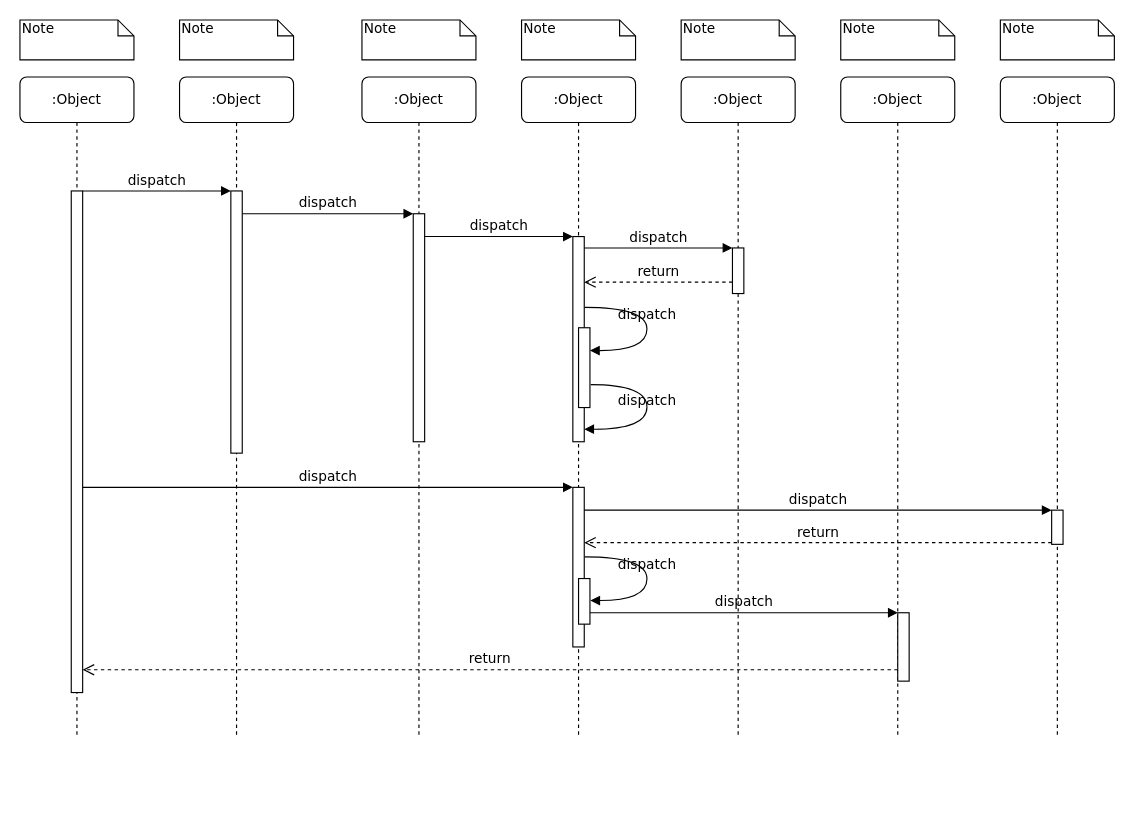
Earlier version of the draw.io diagram Untitled Diagram.drawio (linxinqiang90/drawio). Source tidied: cells renumbered, new cells numbered last; positions are measured from the earlier drawing's top-left corner, leaving out a move shared by most shapes. Both pictures are drawn from the tidied source at 114%, with x=0, y=0 at pixel (19, 19).
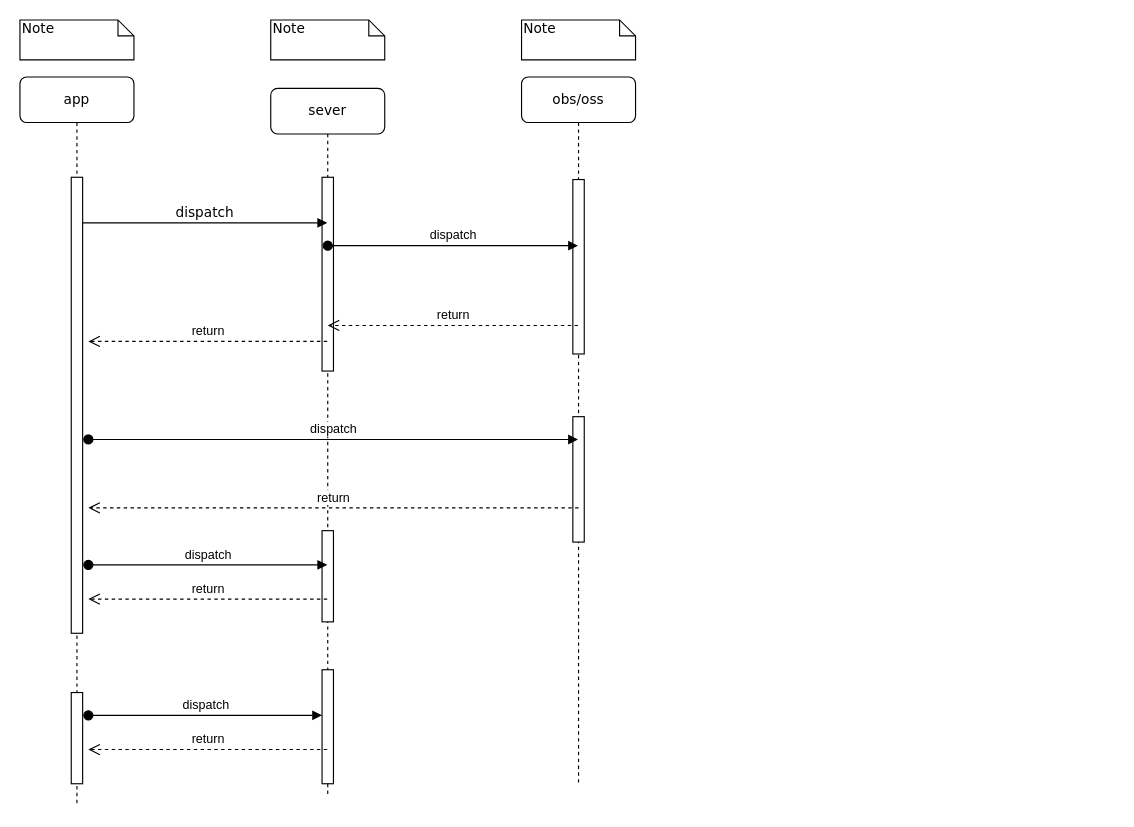
Above is the later version.

Change to the diagram source:
```diff
@@
-    <mxCell id="2" value=":Object" style="shape=umlLifeline;perimeter=lifelinePerimeter;whiteSpace=wrap;html=1;outlineConnect=0;rounded=1;shadow=0;comic=0;labelBackgroundColor=none;strokeWidth=1;fontFamily=Verdana;fontSize=12;align=center;" parent="1" vertex="1">
-      <mxGeometry x="140" y="50" width="100" height="580" as="geometry" />
+    <mxCell id="2" value="sever&lt;br&gt;" style="shape=umlLifeline;perimeter=lifelinePerimeter;whiteSpace=wrap;html=1;outlineConnect=0;rounded=1;shadow=0;comic=0;labelBackgroundColor=none;strokeWidth=1;fontFamily=Verdana;fontSize=12;align=center;" parent="1" vertex="1">
+      <mxGeometry x="220" y="60" width="100" height="620" as="geometry" />
     </mxCell>
-    <mxCell id="3" style="html=1;points=[];perimeter=orthogonalPerimeter;rounded=0;shadow=0;comic=0;labelBackgroundColor=none;strokeWidth=1;fontFamily=Verdana;fontSize=12;align=center;" parent="2" vertex="1">
-      <mxGeometry x="45" y="100" width="10" height="230" as="geometry" />
-    </mxCell>
-    <mxCell id="4" value=":Object" style="shape=umlLifeline;perimeter=lifelinePerimeter;whiteSpace=wrap;html=1;rounded=1;shadow=0;comic=0;labelBackgroundColor=none;strokeWidth=1;fontFamily=Verdana;fontSize=12;align=center;" parent="1" vertex="1">
-      <mxGeometry x="300" y="50" width="100" height="580" as="geometry" />
-    </mxCell>
-    <mxCell id="5" style="html=1;points=[];perimeter=orthogonalPerimeter;rounded=0;shadow=0;comic=0;labelBackgroundColor=none;strokeWidth=1;fontFamily=Verdana;fontSize=12;align=center;" parent="4" vertex="1">
-      <mxGeometry x="45" y="120" width="10" height="200" as="geometry" />
-    </mxCell>
+    <mxCell id="39" style="html=1;perimeter=orthogonalPerimeter;" parent="2" vertex="1">
+      <mxGeometry x="45" y="78" width="10" height="170" as="geometry" />
+    </mxCell>
+    <mxCell id="40" style="html=1;perimeter=orthogonalPerimeter;" parent="2" vertex="1">
+      <mxGeometry x="45" y="388" width="10" height="80" as="geometry" />
+    </mxCell>
+    <mxCell id="41" style="html=1;points=[];perimeter=orthogonalPerimeter;" parent="2" vertex="1">
+      <mxGeometry x="45" y="510" width="10" height="100" as="geometry" />
+    </mxCell>
-    <mxCell id="6" value=":Object" style="shape=umlLifeline;perimeter=lifelinePerimeter;whiteSpace=wrap;html=1;rounded=1;shadow=0;comic=0;labelBackgroundColor=none;strokeWidth=1;fontFamily=Verdana;fontSize=12;align=center;" parent="1" vertex="1">
-      <mxGeometry x="440" y="50" width="100" height="580" as="geometry" />
+    <mxCell id="6" value="obs/oss&lt;br&gt;" style="shape=umlLifeline;perimeter=lifelinePerimeter;whiteSpace=wrap;html=1;rounded=1;shadow=0;comic=0;labelBackgroundColor=none;strokeWidth=1;fontFamily=Verdana;fontSize=12;align=center;" parent="1" vertex="1">
+      <mxGeometry x="440" y="50" width="100" height="620" as="geometry" />
     </mxCell>
-    <mxCell id="7" value=":Object" style="shape=umlLifeline;perimeter=lifelinePerimeter;whiteSpace=wrap;html=1;rounded=1;shadow=0;comic=0;labelBackgroundColor=none;strokeWidth=1;fontFamily=Verdana;fontSize=12;align=center;" parent="1" vertex="1">
-      <mxGeometry x="580" y="50" width="100" height="580" as="geometry" />
-    </mxCell>
-    <mxCell id="8" value=":Object" style="shape=umlLifeline;perimeter=lifelinePerimeter;whiteSpace=wrap;html=1;rounded=1;shadow=0;comic=0;labelBackgroundColor=none;strokeWidth=1;fontFamily=Verdana;fontSize=12;align=center;" parent="1" vertex="1">
-      <mxGeometry x="720" y="50" width="100" height="580" as="geometry" />
-    </mxCell>
-    <mxCell id="9" value=":Object" style="shape=umlLifeline;perimeter=lifelinePerimeter;whiteSpace=wrap;html=1;rounded=1;shadow=0;comic=0;labelBackgroundColor=none;strokeWidth=1;fontFamily=Verdana;fontSize=12;align=center;" parent="1" vertex="1">
-      <mxGeometry x="860" y="50" width="100" height="580" as="geometry" />
-    </mxCell>
+    <mxCell id="17" style="html=1;points=[];perimeter=orthogonalPerimeter;rounded=0;shadow=0;comic=0;labelBackgroundColor=none;strokeWidth=1;fontFamily=Verdana;fontSize=12;align=center;" parent="6" vertex="1">
+      <mxGeometry x="45" y="90" width="10" height="153" as="geometry" />
+    </mxCell>
+    <mxCell id="42" style="html=1;perimeter=orthogonalPerimeter;" parent="6" vertex="1">
+      <mxGeometry x="45" y="298" width="10" height="110" as="geometry" />
+    </mxCell>
-    <mxCell id="10" value=":Object" style="shape=umlLifeline;perimeter=lifelinePerimeter;whiteSpace=wrap;html=1;rounded=1;shadow=0;comic=0;labelBackgroundColor=none;strokeWidth=1;fontFamily=Verdana;fontSize=12;align=center;" parent="1" vertex="1">
-      <mxGeometry y="50" width="100" height="580" as="geometry" />
+    <mxCell id="10" value="app" style="shape=umlLifeline;perimeter=lifelinePerimeter;whiteSpace=wrap;html=1;rounded=1;shadow=0;comic=0;labelBackgroundColor=none;strokeWidth=1;fontFamily=Verdana;fontSize=12;align=center;" parent="1" vertex="1">
+      <mxGeometry y="50" width="100" height="640" as="geometry" />
     </mxCell>
     <mxCell id="11" style="html=1;points=[];perimeter=orthogonalPerimeter;rounded=0;shadow=0;comic=0;labelBackgroundColor=none;strokeWidth=1;fontFamily=Verdana;fontSize=12;align=center;" parent="10" vertex="1">
-      <mxGeometry x="45" y="100" width="10" height="440" as="geometry" />
+      <mxGeometry x="45" y="88" width="10" height="400" as="geometry" />
     </mxCell>
-    <mxCell id="12" style="html=1;points=[];perimeter=orthogonalPerimeter;rounded=0;shadow=0;comic=0;labelBackgroundColor=none;strokeWidth=1;fontFamily=Verdana;fontSize=12;align=center;" parent="1" vertex="1">
-      <mxGeometry x="485" y="190" width="10" height="180" as="geometry" />
-    </mxCell>
-    <mxCell id="13" value="dispatch" style="html=1;verticalAlign=bottom;endArrow=block;labelBackgroundColor=none;fontFamily=Verdana;fontSize=12;edgeStyle=elbowEdgeStyle;elbow=vertical;" parent="1" edge="1" source="5" target="12">
-      <mxGeometry relative="1" as="geometry">
-        <Array as="points">
-          <mxPoint x="360" y="190" />
-        </Array>
-      </mxGeometry>
-    </mxCell>
-    <mxCell id="14" style="html=1;points=[];perimeter=orthogonalPerimeter;rounded=0;shadow=0;comic=0;labelBackgroundColor=none;strokeWidth=1;fontFamily=Verdana;fontSize=12;align=center;" parent="1" vertex="1">
-      <mxGeometry x="625" y="200" width="10" height="40" as="geometry" />
-    </mxCell>
-    <mxCell id="15" value="dispatch" style="html=1;verticalAlign=bottom;endArrow=block;entryX=0;entryY=0;labelBackgroundColor=none;fontFamily=Verdana;fontSize=12;edgeStyle=elbowEdgeStyle;elbow=vertical;" parent="1" edge="1" source="12" target="14">
-      <mxGeometry relative="1" as="geometry" />
-    </mxCell>
-    <mxCell id="16" value="return" style="html=1;verticalAlign=bottom;endArrow=open;dashed=1;endSize=8;labelBackgroundColor=none;fontFamily=Verdana;fontSize=12;edgeStyle=elbowEdgeStyle;elbow=vertical;" parent="1" edge="1" source="14" target="12">
-      <mxGeometry relative="1" as="geometry">
-        <Array as="points">
-          <mxPoint x="570" y="230" />
-          <mxPoint x="600" y="230" />
-        </Array>
-      </mxGeometry>
-    </mxCell>
-    <mxCell id="17" style="html=1;points=[];perimeter=orthogonalPerimeter;rounded=0;shadow=0;comic=0;labelBackgroundColor=none;strokeWidth=1;fontFamily=Verdana;fontSize=12;align=center;" parent="1" vertex="1">
-      <mxGeometry x="485" y="410" width="10" height="140" as="geometry" />
-    </mxCell>
+    <mxCell id="43" style="html=1;perimeter=orthogonalPerimeter;" parent="10" vertex="1">
+      <mxGeometry x="45" y="540" width="10" height="80" as="geometry" />
+    </mxCell>
-    <mxCell id="18" value="dispatch" style="html=1;verticalAlign=bottom;endArrow=block;entryX=0;entryY=0;labelBackgroundColor=none;fontFamily=Verdana;fontSize=12;" parent="1" edge="1" source="11" target="17">
-      <mxGeometry relative="1" as="geometry" />
+    <mxCell id="18" value="dispatch" style="html=1;verticalAlign=bottom;endArrow=block;labelBackgroundColor=none;fontFamily=Verdana;fontSize=12;" parent="1" edge="1" source="11">
+      <mxGeometry relative="1" as="geometry">
+        <mxPoint x="269.5" y="178" as="targetPoint" />
+        <Array as="points">
+          <mxPoint x="180" y="178" />
+        </Array>
+      </mxGeometry>
     </mxCell>
-    <mxCell id="19" style="html=1;points=[];perimeter=orthogonalPerimeter;rounded=0;shadow=0;comic=0;labelBackgroundColor=none;strokeColor=#000000;strokeWidth=1;fillColor=#FFFFFF;fontFamily=Verdana;fontSize=12;fontColor=#000000;align=center;" parent="1" vertex="1">
-      <mxGeometry x="905" y="430" width="10" height="30" as="geometry" />
-    </mxCell>
-    <mxCell id="20" value="dispatch" style="html=1;verticalAlign=bottom;endArrow=block;entryX=0;entryY=0;labelBackgroundColor=none;fontFamily=Verdana;fontSize=12;" parent="1" edge="1" source="17" target="19">
-      <mxGeometry relative="1" as="geometry" />
-    </mxCell>
-    <mxCell id="21" value="return" style="html=1;verticalAlign=bottom;endArrow=open;dashed=1;endSize=8;exitX=0;exitY=0.95;labelBackgroundColor=none;fontFamily=Verdana;fontSize=12;" parent="1" edge="1" source="19" target="17">
-      <mxGeometry relative="1" as="geometry" />
-    </mxCell>
-    <mxCell id="22" style="html=1;points=[];perimeter=orthogonalPerimeter;rounded=0;shadow=0;comic=0;labelBackgroundColor=none;strokeWidth=1;fontFamily=Verdana;fontSize=12;align=center;" parent="1" vertex="1">
-      <mxGeometry x="770" y="520" width="10" height="60" as="geometry" />
-    </mxCell>
-    <mxCell id="23" value="dispatch" style="html=1;verticalAlign=bottom;endArrow=block;entryX=0;entryY=0;labelBackgroundColor=none;fontFamily=Verdana;fontSize=12;edgeStyle=elbowEdgeStyle;elbow=vertical;" parent="1" edge="1" source="30" target="22">
-      <mxGeometry relative="1" as="geometry" />
-    </mxCell>
-    <mxCell id="24" value="return" style="html=1;verticalAlign=bottom;endArrow=open;dashed=1;endSize=8;labelBackgroundColor=none;fontFamily=Verdana;fontSize=12;edgeStyle=elbowEdgeStyle;elbow=vertical;" parent="1" edge="1" source="22" target="11">
-      <mxGeometry relative="1" as="geometry">
-        <Array as="points">
-          <mxPoint x="470" y="570" />
-        </Array>
-      </mxGeometry>
-    </mxCell>
-    <mxCell id="25" value="dispatch" style="html=1;verticalAlign=bottom;endArrow=block;entryX=0;entryY=0;labelBackgroundColor=none;fontFamily=Verdana;fontSize=12;edgeStyle=elbowEdgeStyle;elbow=vertical;" parent="1" edge="1" source="11" target="3">
-      <mxGeometry relative="1" as="geometry" />
-    </mxCell>
-    <mxCell id="26" value="dispatch" style="html=1;verticalAlign=bottom;endArrow=block;entryX=0;entryY=0;labelBackgroundColor=none;fontFamily=Verdana;fontSize=12;edgeStyle=elbowEdgeStyle;elbow=vertical;" parent="1" edge="1" source="3" target="5">
-      <mxGeometry relative="1" as="geometry" />
-    </mxCell>
-    <mxCell id="27" style="html=1;points=[];perimeter=orthogonalPerimeter;rounded=0;shadow=0;comic=0;labelBackgroundColor=none;strokeWidth=1;fontFamily=Verdana;fontSize=12;align=center;" parent="1" vertex="1">
-      <mxGeometry x="490" y="270" width="10" height="70" as="geometry" />
-    </mxCell>
-    <mxCell id="28" value="dispatch" style="html=1;verticalAlign=bottom;endArrow=block;labelBackgroundColor=none;fontFamily=Verdana;fontSize=12;elbow=vertical;edgeStyle=orthogonalEdgeStyle;curved=1;entryX=1;entryY=0.286;entryPerimeter=0;exitX=1.038;exitY=0.345;exitPerimeter=0;" parent="1" edge="1" source="12" target="27">
-      <mxGeometry relative="1" as="geometry">
-        <Array as="points">
-          <mxPoint x="550" y="252" />
-          <mxPoint x="550" y="290" />
-        </Array>
-      </mxGeometry>
-    </mxCell>
-    <mxCell id="29" value="dispatch" style="html=1;verticalAlign=bottom;endArrow=block;labelBackgroundColor=none;fontFamily=Verdana;fontSize=12;elbow=vertical;edgeStyle=orthogonalEdgeStyle;curved=1;exitX=1.066;exitY=0.713;exitPerimeter=0;" parent="1" edge="1" source="27">
-      <mxGeometry relative="1" as="geometry">
-        <mxPoint x="495" y="359" as="targetPoint" />
-        <Array as="points">
-          <mxPoint x="550" y="320" />
-          <mxPoint x="550" y="359" />
-        </Array>
-      </mxGeometry>
-    </mxCell>
-    <mxCell id="30" style="html=1;points=[];perimeter=orthogonalPerimeter;rounded=0;shadow=0;comic=0;labelBackgroundColor=none;strokeWidth=1;fontFamily=Verdana;fontSize=12;align=center;" parent="1" vertex="1">
-      <mxGeometry x="490" y="490" width="10" height="40" as="geometry" />
-    </mxCell>
-    <mxCell id="31" value="dispatch" style="html=1;verticalAlign=bottom;endArrow=block;labelBackgroundColor=none;fontFamily=Verdana;fontSize=12;elbow=vertical;edgeStyle=orthogonalEdgeStyle;curved=1;entryX=1;entryY=0.286;entryPerimeter=0;exitX=1.038;exitY=0.345;exitPerimeter=0;" parent="1" edge="1">
-      <mxGeometry relative="1" as="geometry">
-        <mxPoint x="495.3" y="471" as="sourcePoint" />
-        <mxPoint x="500.3" y="509.3" as="targetPoint" />
-        <Array as="points">
-          <mxPoint x="550" y="471" />
-          <mxPoint x="550" y="509" />
-        </Array>
-      </mxGeometry>
-    </mxCell>
@@
     <mxCell id="33" value="Note" style="shape=note;whiteSpace=wrap;html=1;size=14;verticalAlign=top;align=left;spacingTop=-6;rounded=0;shadow=0;comic=0;labelBackgroundColor=none;strokeWidth=1;fontFamily=Verdana;fontSize=12;" parent="1" vertex="1">
-      <mxGeometry x="140" width="100" height="35" as="geometry" />
+      <mxGeometry x="220" width="100" height="35" as="geometry" />
     </mxCell>
-    <mxCell id="34" value="Note" style="shape=note;whiteSpace=wrap;html=1;size=14;verticalAlign=top;align=left;spacingTop=-6;rounded=0;shadow=0;comic=0;labelBackgroundColor=none;strokeWidth=1;fontFamily=Verdana;fontSize=12;" parent="1" vertex="1">
-      <mxGeometry x="300" width="100" height="35" as="geometry" />
-    </mxCell>
@@
-    <mxCell id="36" value="Note" style="shape=note;whiteSpace=wrap;html=1;size=14;verticalAlign=top;align=left;spacingTop=-6;rounded=0;shadow=0;comic=0;labelBackgroundColor=none;strokeWidth=1;fontFamily=Verdana;fontSize=12;" parent="1" vertex="1">
-      <mxGeometry x="580" width="100" height="35" as="geometry" />
-    </mxCell>
-    <mxCell id="37" value="Note" style="shape=note;whiteSpace=wrap;html=1;size=14;verticalAlign=top;align=left;spacingTop=-6;rounded=0;shadow=0;comic=0;labelBackgroundColor=none;strokeWidth=1;fontFamily=Verdana;fontSize=12;" parent="1" vertex="1">
-      <mxGeometry x="720" width="100" height="35" as="geometry" />
-    </mxCell>
-    <mxCell id="38" value="Note" style="shape=note;whiteSpace=wrap;html=1;size=14;verticalAlign=top;align=left;spacingTop=-6;rounded=0;shadow=0;comic=0;labelBackgroundColor=none;strokeWidth=1;fontFamily=Verdana;fontSize=12;" parent="1" vertex="1">
-      <mxGeometry x="860" width="100" height="35" as="geometry" />
-    </mxCell>
+    <mxCell id="44" value="dispatch" style="html=1;verticalAlign=bottom;startArrow=oval;startFill=1;endArrow=block;startSize=8;" parent="1" edge="1">
+      <mxGeometry relative="1" as="geometry">
+        <mxPoint x="270" y="198" as="sourcePoint" />
+        <mxPoint x="489.5" y="198" as="targetPoint" />
+      </mxGeometry>
+    </mxCell>
+    <mxCell id="45" value="return" style="html=1;verticalAlign=bottom;endArrow=open;dashed=1;endSize=8;" parent="1" edge="1">
+      <mxGeometry relative="1" as="geometry">
+        <mxPoint x="489.5" y="268" as="sourcePoint" />
+        <mxPoint x="270" y="268" as="targetPoint" />
+      </mxGeometry>
+    </mxCell>
+    <mxCell id="46" value="return" style="html=1;verticalAlign=bottom;endArrow=open;dashed=1;endSize=8;" parent="1" edge="1">
+      <mxGeometry relative="1" as="geometry">
+        <mxPoint x="269.5" y="282" as="sourcePoint" />
+        <mxPoint x="60" y="282" as="targetPoint" />
+      </mxGeometry>
+    </mxCell>
+    <mxCell id="47" value="dispatch" style="html=1;verticalAlign=bottom;startArrow=oval;startFill=1;endArrow=block;startSize=8;" parent="1" edge="1">
+      <mxGeometry relative="1" as="geometry">
+        <mxPoint x="60" y="368" as="sourcePoint" />
+        <mxPoint x="489.5" y="368" as="targetPoint" />
+      </mxGeometry>
+    </mxCell>
+    <mxCell id="48" value="return" style="html=1;verticalAlign=bottom;endArrow=open;dashed=1;endSize=8;" parent="1" edge="1">
+      <mxGeometry relative="1" as="geometry">
+        <mxPoint x="490" y="428" as="sourcePoint" />
+        <mxPoint x="60" y="428" as="targetPoint" />
+        <Array as="points">
+          <mxPoint x="440" y="428" />
+        </Array>
+      </mxGeometry>
+    </mxCell>
+    <mxCell id="49" value="dispatch" style="html=1;verticalAlign=bottom;startArrow=oval;startFill=1;endArrow=block;startSize=8;" parent="1" edge="1">
+      <mxGeometry relative="1" as="geometry">
+        <mxPoint x="60" y="478" as="sourcePoint" />
+        <mxPoint x="269.5" y="478" as="targetPoint" />
+      </mxGeometry>
+    </mxCell>
+    <mxCell id="50" value="return" style="html=1;verticalAlign=bottom;endArrow=open;dashed=1;endSize=8;" parent="1" edge="1">
+      <mxGeometry relative="1" as="geometry">
+        <mxPoint x="269.5" y="508" as="sourcePoint" />
+        <mxPoint x="60" y="508" as="targetPoint" />
+      </mxGeometry>
+    </mxCell>
+    <mxCell id="51" value="dispatch" style="html=1;verticalAlign=bottom;startArrow=oval;startFill=1;endArrow=block;startSize=8;" parent="1" edge="1" target="41">
+      <mxGeometry relative="1" as="geometry">
+        <mxPoint x="60" y="610" as="sourcePoint" />
+      </mxGeometry>
+    </mxCell>
+    <mxCell id="52" value="return" style="html=1;verticalAlign=bottom;endArrow=open;dashed=1;endSize=8;" parent="1" edge="1" source="2">
+      <mxGeometry relative="1" as="geometry">
+        <mxPoint x="60" y="640" as="targetPoint" />
+      </mxGeometry>
+    </mxCell>
```
